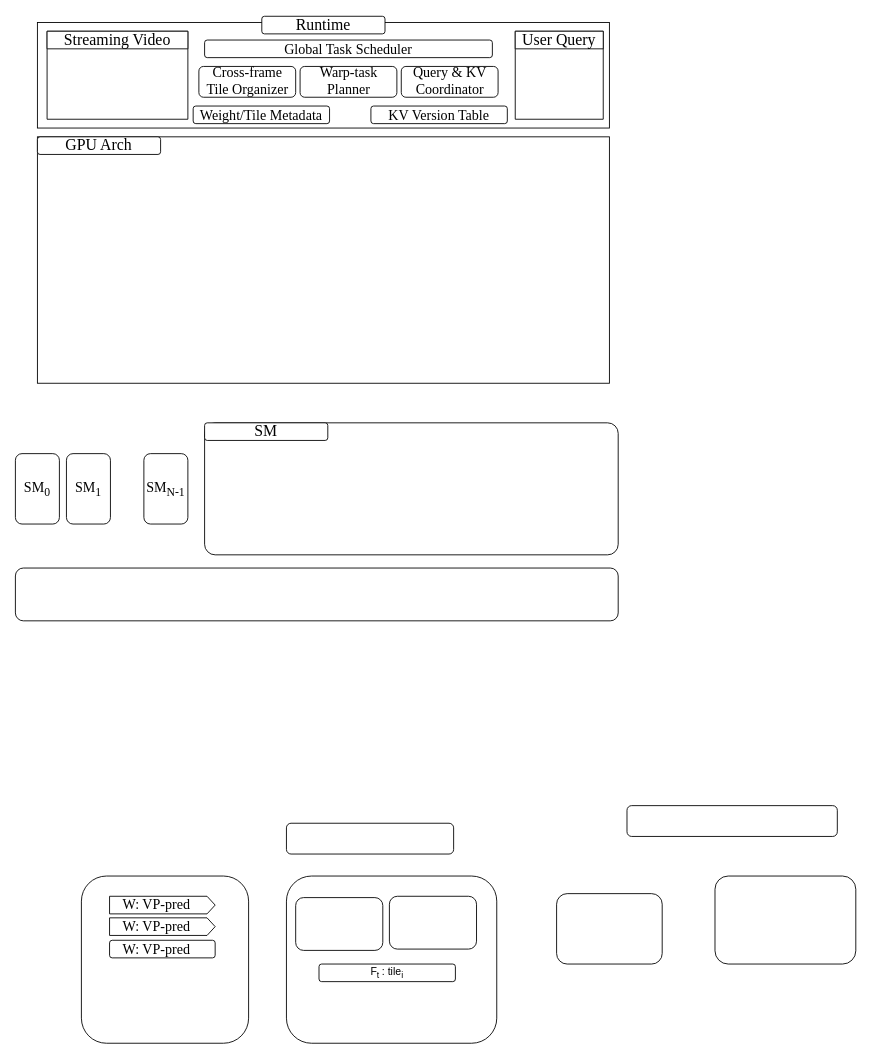
icszhr/CHORD keeps this draw.io diagram as system_overview.drawio. Above is the earlier version. Source tidied: cells renumbered, new cells numbered last; positions are measured from the earlier drawing's top-left corner, leaving out a move shared by most shapes. Both pictures are drawn from the tidied source at 88%, with x=0, y=0 at pixel (15, 16).
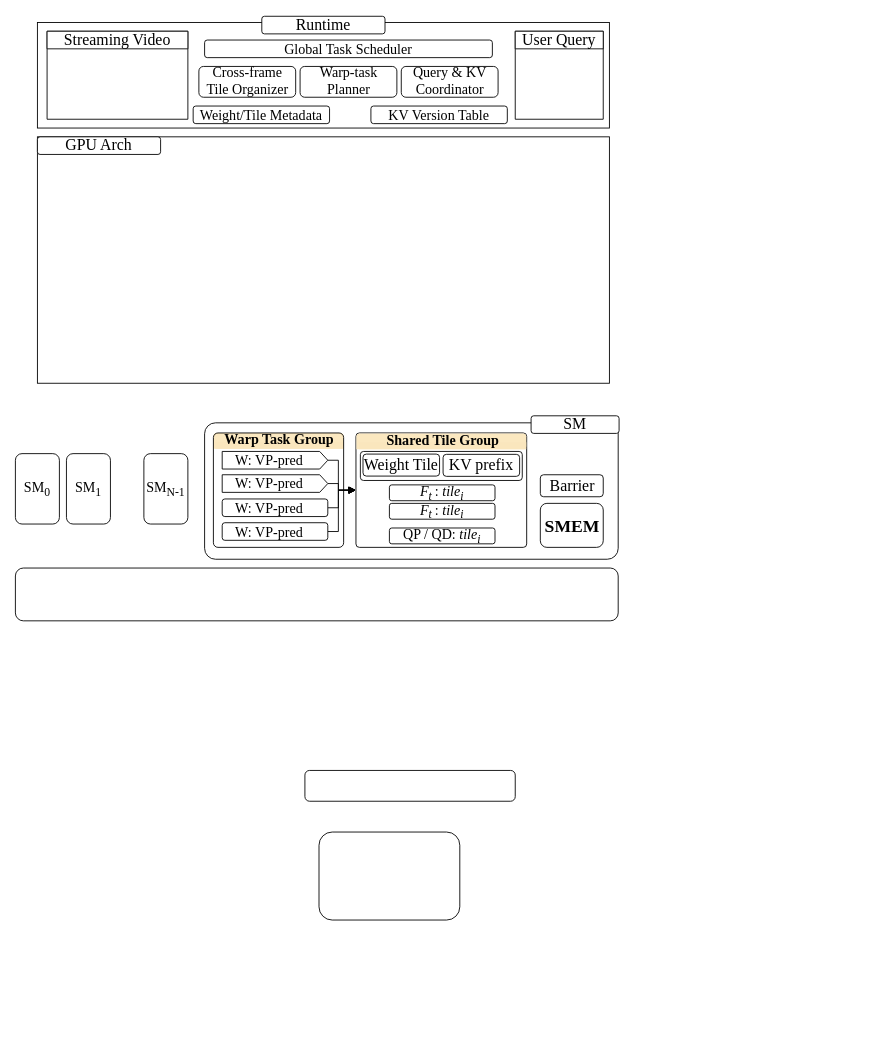
The same diagram, later.

What changed in the source:
```diff
@@
+    <mxCell id="17" style="rounded=1;whiteSpace=wrap;html=1;roundedPerimeter=1;arcSize=3;fillColor=none;" parent="1" vertex="1">
+      <mxGeometry x="387" y="473.5" width="194" height="130" as="geometry" />
+    </mxCell>
+    <mxCell id="39" style="group;" parent="1" vertex="1">
+      <mxGeometry x="225" y="473.5" width="148" height="18" as="geometry" />
+    </mxCell>
+    <mxCell id="40" style="verticalLabelPosition=bottom;verticalAlign=top;html=1;shape=mxgraph.basic.three_corner_round_rect;dx=1.67;whiteSpace=wrap;labelPerimeter=1;fillColor=light-dark(#fbe8c0, #ededed);strokeColor=none;" parent="39" vertex="1">
+      <mxGeometry width="148" height="18" as="geometry" />
+    </mxCell>
+    <mxCell id="41" style="rounded=0;whiteSpace=wrap;html=1;strokeColor=none;fillColor=light-dark(#fae6bd, #ededed);" parent="39" vertex="1">
+      <mxGeometry x="2.2" y="10" width="145.8" height="8" as="geometry" />
+    </mxCell>
+    <mxCell id="15" style="rounded=1;whiteSpace=wrap;html=1;roundedPerimeter=1;arcSize=4;fillColor=none;" parent="1" vertex="1">
+      <mxGeometry x="225" y="473.5" width="148" height="130" as="geometry" />
+    </mxCell>
+    <mxCell id="42" style="rounded=1;whiteSpace=wrap;html=1;roundedPerimeter=1;arcSize=11;fillColor=none;" parent="1" vertex="1">
+      <mxGeometry x="392" y="494.5" width="184" height="33" as="geometry" />
+    </mxCell>
+    <mxCell id="43" style="group;" parent="1" vertex="1">
+      <mxGeometry x="387.5" y="474" width="193" height="18" as="geometry" />
+    </mxCell>
+    <mxCell id="44" style="verticalLabelPosition=bottom;verticalAlign=top;html=1;shape=mxgraph.basic.three_corner_round_rect;dx=1.67;whiteSpace=wrap;labelPerimeter=1;fillColor=light-dark(#fbe8c0, #ededed);strokeColor=none;" parent="43" vertex="1">
+      <mxGeometry width="193" height="18" as="geometry" />
+    </mxCell>
+    <mxCell id="45" style="rounded=0;whiteSpace=wrap;html=1;strokeColor=none;fillColor=light-dark(#fae6bd, #ededed);" parent="43" vertex="1">
+      <mxGeometry x="2.8" y="10" width="190.2" height="8" as="geometry" />
+    </mxCell>
@@
-    <mxCell id="14" style="rounded=1;whiteSpace=wrap;html=1;roundedPerimeter=1;arcSize=8;" parent="1" vertex="1">
-      <mxGeometry x="215" y="462" width="470" height="150" as="geometry" />
+    <mxCell id="14" style="rounded=1;whiteSpace=wrap;html=1;roundedPerimeter=1;arcSize=8;fillColor=none;" parent="1" vertex="1">
+      <mxGeometry x="215" y="462" width="470" height="155" as="geometry" />
     </mxCell>
-    <mxCell id="15" style="rounded=1;whiteSpace=wrap;html=1;roundedPerimeter=1;" parent="1" vertex="1">
-      <mxGeometry x="75" y="977" width="190" height="190" as="geometry" />
-    </mxCell>
+    <mxCell id="46" style="edgeStyle=orthogonalEdgeStyle;rounded=0;jettySize=auto;html=1;exitX=0.5;exitY=1;exitDx=0;exitDy=0;defaultLabelBackgroundColor=page;labelPadding=0 4;entryX=0;entryY=0.5;entryDx=0;entryDy=0;endArrow=block;endFill=1;" parent="1" edge="1" source="16" target="17">
+      <mxGeometry relative="1" as="geometry">
+        <Array as="points">
+          <mxPoint x="367" y="504.5" />
+          <mxPoint x="367" y="538.5" />
+        </Array>
+      </mxGeometry>
+    </mxCell>
     <mxCell id="16" style="shape=offPageConnector;whiteSpace=wrap;html=1;rotation=-90;size=0.07692307692307693;" parent="1" vertex="1">
-      <mxGeometry x="157" y="950" width="20" height="120" as="geometry" />
+      <mxGeometry x="285" y="444.5" width="20" height="120" as="geometry" />
     </mxCell>
-    <mxCell id="17" style="rounded=1;whiteSpace=wrap;html=1;roundedPerimeter=1;" parent="1" vertex="1">
-      <mxGeometry x="308" y="977" width="239" height="190" as="geometry" />
-    </mxCell>
-    <mxCell id="18" style="rounded=1;whiteSpace=wrap;html=1;roundedPerimeter=1;" parent="1" vertex="1">
-      <mxGeometry x="318.5" y="1001.5" width="99" height="60" as="geometry" />
+    <mxCell id="18" value="&lt;div&gt;&lt;sub&gt;&lt;font face=&quot;Times New Roman&quot; style=&quot;font-size: 18px;&quot;&gt;Weight Tile&lt;/font&gt;&lt;/sub&gt;&lt;/div&gt;" style="rounded=1;whiteSpace=wrap;html=1;roundedPerimeter=1;" parent="1" vertex="1">
+      <mxGeometry x="395" y="497.5" width="87" height="25" as="geometry" />
     </mxCell>
-    <mxCell id="19" style="rounded=1;whiteSpace=wrap;html=1;roundedPerimeter=1;" parent="1" vertex="1">
-      <mxGeometry x="425" y="1000" width="99" height="60" as="geometry" />
+    <mxCell id="19" value="&lt;font face=&quot;Times New Roman&quot; style=&quot;font-size: 18px;&quot;&gt;KV prefix&lt;/font&gt;" style="rounded=1;whiteSpace=wrap;html=1;roundedPerimeter=1;" parent="1" vertex="1">
+      <mxGeometry x="486" y="497.8" width="87" height="25" as="geometry" />
     </mxCell>
-    <mxCell id="20" style="rounded=1;whiteSpace=wrap;html=1;roundedPerimeter=1;" parent="1" vertex="1">
-      <mxGeometry x="308" y="917" width="190" height="35" as="geometry" />
+    <mxCell id="20" value="&lt;font style=&quot;font-size: 18px;&quot; face=&quot;Times New Roman&quot;&gt;Barrier&lt;/font&gt;" style="rounded=1;whiteSpace=wrap;html=1;roundedPerimeter=1;" parent="1" vertex="1">
+      <mxGeometry x="596.5" y="521" width="71.5" height="25" as="geometry" />
     </mxCell>
-    <mxCell id="21" value="F&lt;sub&gt;t&amp;nbsp;&lt;/sub&gt;: tile&lt;sub&gt;i&lt;/sub&gt;" style="rounded=1;whiteSpace=wrap;html=1;roundedPerimeter=1;" parent="1" vertex="1">
-      <mxGeometry x="345" y="1077" width="155" height="20" as="geometry" />
+    <mxCell id="21" value="F&lt;sub&gt;t&amp;nbsp;&lt;/sub&gt;&lt;span style=&quot;font-style: normal;&quot;&gt;: &lt;/span&gt;tile&lt;sub&gt;i&lt;/sub&gt;" style="rounded=1;whiteSpace=wrap;html=1;roundedPerimeter=1;fontFamily=Times New Roman;fontSize=16;fontStyle=2;" parent="1" vertex="1">
+      <mxGeometry x="425" y="532.5" width="120" height="18" as="geometry" />
     </mxCell>
+    <mxCell id="47" style="edgeStyle=orthogonalEdgeStyle;rounded=0;jettySize=auto;html=1;exitX=1;exitY=0.5;exitDx=0;exitDy=0;entryX=0;entryY=0.5;entryDx=0;entryDy=0;defaultLabelBackgroundColor=page;labelPadding=0 4;endArrow=block;endFill=1;" parent="1" edge="1" source="22" target="17">
+      <mxGeometry relative="1" as="geometry">
+        <Array as="points">
+          <mxPoint x="367" y="558.5" />
+          <mxPoint x="367" y="538.5" />
+        </Array>
+      </mxGeometry>
+    </mxCell>
     <mxCell id="22" style="rounded=1;whiteSpace=wrap;html=1;roundedPerimeter=1;" parent="1" vertex="1">
-      <mxGeometry x="107" y="1050" width="120" height="20" as="geometry" />
+      <mxGeometry x="235" y="548.5" width="120" height="20" as="geometry" />
     </mxCell>
-    <mxCell id="23" style="rounded=1;whiteSpace=wrap;html=1;roundedPerimeter=1;" parent="1" vertex="1">
-      <mxGeometry x="615" y="997" width="120" height="80" as="geometry" />
+    <mxCell id="23" value="&lt;font style=&quot;font-size: 20px;&quot; face=&quot;Times New Roman&quot;&gt;&lt;b style=&quot;&quot;&gt;SMEM&lt;/b&gt;&lt;/font&gt;" style="rounded=1;whiteSpace=wrap;html=1;roundedPerimeter=1;" parent="1" vertex="1">
+      <mxGeometry x="596.5" y="553.5" width="71.5" height="50" as="geometry" />
     </mxCell>
     <mxCell id="24" style="rounded=1;whiteSpace=wrap;html=1;roundedPerimeter=1;" parent="1" vertex="1">
-      <mxGeometry x="695" y="897" width="239" height="35" as="geometry" />
+      <mxGeometry x="329" y="857" width="239" height="35" as="geometry" />
     </mxCell>
     <mxCell id="25" style="rounded=1;whiteSpace=wrap;html=1;roundedPerimeter=1;" parent="1" vertex="1">
-      <mxGeometry x="795" y="977" width="160" height="100" as="geometry" />
+      <mxGeometry x="345" y="927" width="160" height="100" as="geometry" />
     </mxCell>
@@
     <mxCell id="34" value="&lt;span style=&quot;font-size: 18px;&quot;&gt;SM&lt;/span&gt;" style="rounded=1;whiteSpace=wrap;html=1;roundedPerimeter=1;fontSize=16;fontFamily=Times New Roman;" parent="1" vertex="1">
-      <mxGeometry x="215" y="462" width="140" height="20" as="geometry" />
+      <mxGeometry x="586" y="454" width="100" height="20" as="geometry" />
     </mxCell>
     <mxCell id="35" value="&lt;sub&gt;&lt;span style=&quot;font-size: 16px;&quot;&gt;W: VP-pred&lt;/span&gt;&lt;/sub&gt;" style="text;html=1;whiteSpace=wrap;strokeColor=none;fillColor=none;align=center;verticalAlign=middle;rounded=0;fontFamily=Times New Roman;fontSize=16;" parent="1" vertex="1">
-      <mxGeometry x="119" y="997" width="83" height="20" as="geometry" />
+      <mxGeometry x="247" y="491.5" width="83" height="20" as="geometry" />
     </mxCell>
+    <mxCell id="48" style="edgeStyle=orthogonalEdgeStyle;rounded=0;jettySize=auto;html=1;exitX=0.5;exitY=1;exitDx=0;exitDy=0;entryX=0;entryY=0.5;entryDx=0;entryDy=0;defaultLabelBackgroundColor=page;labelPadding=0 4;endArrow=block;endFill=1;" parent="1" edge="1" source="36" target="17">
+      <mxGeometry x="0.01" relative="1" as="geometry">
+        <Array as="points">
+          <mxPoint x="367" y="531" />
+          <mxPoint x="367" y="538.5" />
+        </Array>
+      </mxGeometry>
+    </mxCell>
     <mxCell id="36" style="shape=offPageConnector;whiteSpace=wrap;html=1;rotation=-90;size=0.07692307692307693;" parent="1" vertex="1">
-      <mxGeometry x="157" y="974.5" width="20" height="120" as="geometry" />
+      <mxGeometry x="285" y="471" width="20" height="120" as="geometry" />
     </mxCell>
     <mxCell id="37" value="&lt;sub&gt;&lt;span style=&quot;font-size: 16px;&quot;&gt;W: VP-pred&lt;/span&gt;&lt;/sub&gt;" style="text;html=1;whiteSpace=wrap;strokeColor=none;fillColor=none;align=center;verticalAlign=middle;rounded=0;fontFamily=Times New Roman;fontSize=16;" parent="1" vertex="1">
-      <mxGeometry x="119" y="1021.5" width="83" height="20" as="geometry" />
+      <mxGeometry x="247" y="518" width="83" height="20" as="geometry" />
     </mxCell>
     <mxCell id="38" value="&lt;sub&gt;&lt;span style=&quot;font-size: 16px;&quot;&gt;W: VP-pred&lt;/span&gt;&lt;/sub&gt;" style="text;html=1;whiteSpace=wrap;strokeColor=none;fillColor=none;align=center;verticalAlign=middle;rounded=0;fontFamily=Times New Roman;fontSize=16;" parent="1" vertex="1">
-      <mxGeometry x="119" y="1048" width="83" height="20" as="geometry" />
+      <mxGeometry x="247" y="546.5" width="83" height="20" as="geometry" />
     </mxCell>
+    <mxCell id="49" value="F&lt;sub&gt;t&lt;span style=&quot;font-style: normal;&quot;&gt;&amp;nbsp;&lt;/span&gt;&lt;/sub&gt;&lt;span style=&quot;font-style: normal;&quot;&gt;: &lt;/span&gt;tile&lt;sub&gt;i&lt;/sub&gt;" style="rounded=1;whiteSpace=wrap;html=1;roundedPerimeter=1;fontFamily=Times New Roman;fontSize=16;fontStyle=2;" parent="1" vertex="1">
+      <mxGeometry x="425" y="553.5" width="120" height="18" as="geometry" />
+    </mxCell>
+    <mxCell id="50" value="&lt;span style=&quot;font-style: normal;&quot;&gt;QP / QD:&lt;/span&gt; tile&lt;sub&gt;i&lt;/sub&gt;" style="rounded=1;whiteSpace=wrap;html=1;roundedPerimeter=1;fontFamily=Times New Roman;fontSize=16;fontStyle=2;" parent="1" vertex="1">
+      <mxGeometry x="425" y="581.5" width="120" height="18" as="geometry" />
+    </mxCell>
+    <mxCell id="51" style="edgeStyle=orthogonalEdgeStyle;rounded=0;jettySize=auto;html=1;exitX=1;exitY=0.5;exitDx=0;exitDy=0;entryX=0;entryY=0.5;entryDx=0;entryDy=0;defaultLabelBackgroundColor=page;labelPadding=0 4;endArrow=block;endFill=1;" parent="1" edge="1" source="52" target="17">
+      <mxGeometry x="0.01" relative="1" as="geometry">
+        <Array as="points">
+          <mxPoint x="367" y="585.5" />
+          <mxPoint x="367" y="538.5" />
+        </Array>
+      </mxGeometry>
+    </mxCell>
+    <mxCell id="52" style="rounded=1;whiteSpace=wrap;html=1;roundedPerimeter=1;" parent="1" vertex="1">
+      <mxGeometry x="235" y="575.5" width="120" height="20" as="geometry" />
+    </mxCell>
+    <mxCell id="53" value="&lt;sub&gt;&lt;span style=&quot;font-size: 16px;&quot;&gt;W: VP-pred&lt;/span&gt;&lt;/sub&gt;" style="text;html=1;whiteSpace=wrap;strokeColor=none;fillColor=none;align=center;verticalAlign=middle;rounded=0;fontFamily=Times New Roman;fontSize=16;" parent="1" vertex="1">
+      <mxGeometry x="247" y="573.5" width="83" height="20" as="geometry" />
+    </mxCell>
+    <mxCell id="54" value="&lt;sub&gt;&lt;span style=&quot;font-size: 16px;&quot;&gt;Warp Task Group&lt;/span&gt;&lt;/sub&gt;" style="text;html=1;whiteSpace=wrap;strokeColor=none;fillColor=none;align=center;verticalAlign=middle;rounded=0;fontFamily=Times New Roman;fontSize=16;fontStyle=1;" parent="1" vertex="1">
+      <mxGeometry x="235" y="469" width="130" height="20" as="geometry" />
+    </mxCell>
+    <mxCell id="55" value="&lt;sub&gt;&lt;span style=&quot;font-size: 16px;&quot;&gt;Shared Tile Group&lt;/span&gt;&lt;/sub&gt;" style="text;html=1;whiteSpace=wrap;strokeColor=none;fillColor=none;align=center;verticalAlign=middle;rounded=0;fontFamily=Times New Roman;fontSize=16;fontStyle=1;" parent="1" vertex="1">
+      <mxGeometry x="421" y="469.5" width="130" height="20" as="geometry" />
+    </mxCell>
```
